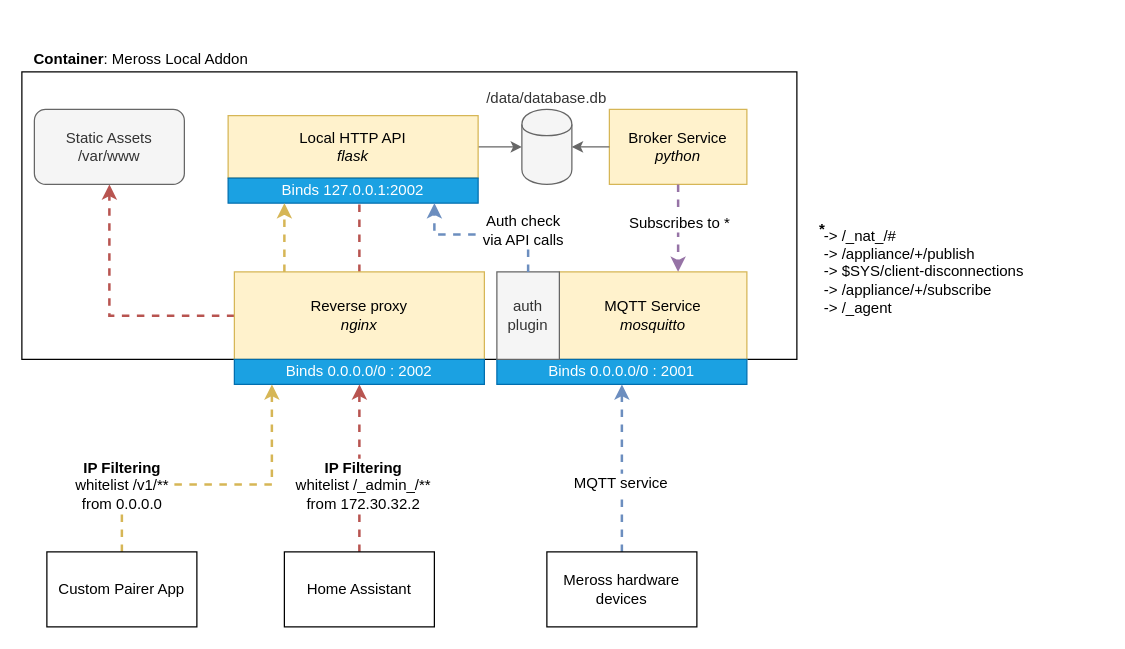
The draw.io diagram docs/arch.drawio in albertogeniola/ha-meross-local-broker, before the edit. Source tidied: cells renumbered, new cells numbered last; positions are measured from the earlier drawing's top-left corner, leaving out a move shared by most shapes. Both pictures are drawn from the tidied source at 125%, with x=0, y=0 at pixel (21, 46).
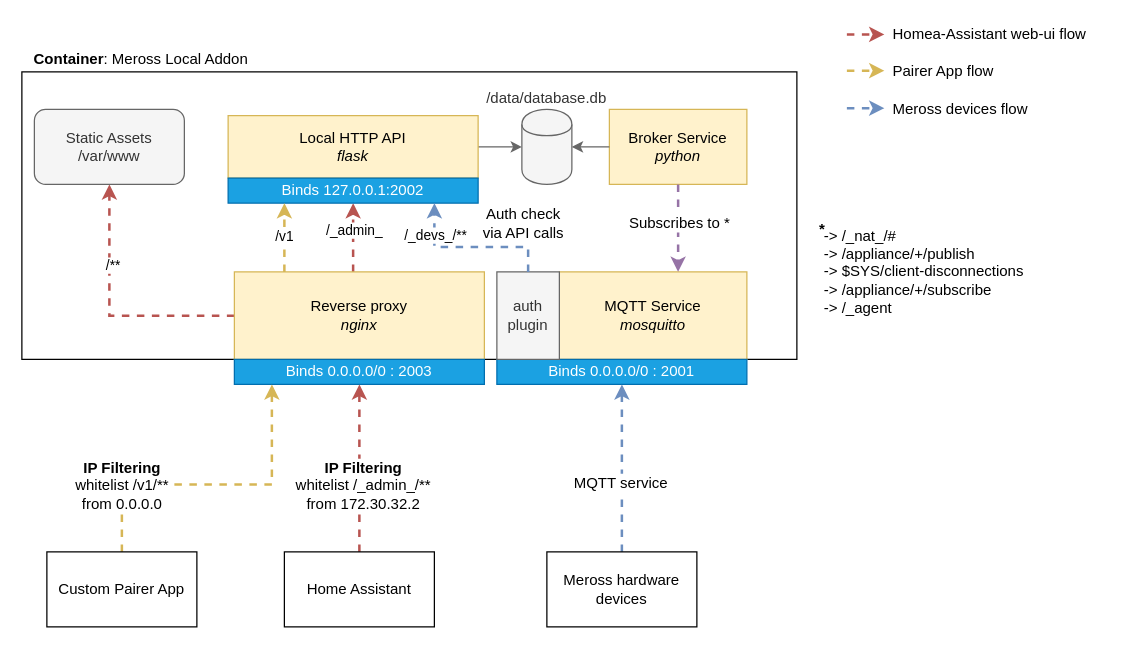
After the change.

The change refers to these unchanged cells:
```xml
<mxCell id="4" style="edgeStyle=orthogonalEdgeStyle;rounded=0;jettySize=auto;html=1;fillColor=#f8cecc;strokeColor=#b85450;dashed=1;strokeWidth=2;" parent="1" edge="1" source="6" target="16">
  <mxGeometry relative="1" as="geometry" />
</mxCell>
<mxCell id="6" value="Reverse proxy&lt;br&gt;&lt;i&gt;nginx&lt;/i&gt;" style="rounded=0;whiteSpace=wrap;html=1;fillColor=#fff2cc;strokeColor=#d6b656;" parent="1" vertex="1">
  <mxGeometry x="170" y="180" width="200" height="70" as="geometry" />
</mxCell>
<mxCell id="13" value="Binds 127.0.0.1:2002" style="rounded=0;whiteSpace=wrap;html=1;fillColor=#1ba1e2;strokeColor=#006EAF;fontColor=#ffffff;" parent="1" vertex="1">
  <mxGeometry x="165" y="105" width="200" height="20" as="geometry" />
</mxCell>
<mxCell id="14" value="auth&lt;br&gt;plugin" style="rounded=0;whiteSpace=wrap;html=1;fillColor=#f5f5f5;strokeColor=#666666;fontColor=#333333;" parent="1" vertex="1">
  <mxGeometry x="380" y="180" width="50" height="70" as="geometry" />
</mxCell>
```

Diff of the diagram source:
```diff
@@
+    <mxCell id="34" value="/**" style="edgeLabel;html=1;align=center;verticalAlign=middle;" parent="4" vertex="1">
+      <mxGeometry x="0.38" y="-2" relative="1" as="geometry" />
+    </mxCell>
     <mxCell id="5" style="edgeStyle=orthogonalEdgeStyle;rounded=0;jettySize=auto;html=1;entryX=0.5;entryY=1;entryDx=0;entryDy=0;fillColor=#f8cecc;strokeColor=#b85450;dashed=1;strokeWidth=2;" parent="1" edge="1" source="6" target="13">
       <mxGeometry relative="1" as="geometry">
         <Array as="points">
-          <mxPoint x="270" y="80" />
+          <mxPoint x="265" y="160" />
+          <mxPoint x="265" y="160" />
         </Array>
       </mxGeometry>
     </mxCell>
+    <mxCell id="35" value="/_admin_" style="edgeLabel;html=1;align=center;verticalAlign=middle;" parent="5" vertex="1">
+      <mxGeometry x="-0.65" y="-4" relative="1" as="geometry">
+        <mxPoint x="-4" y="-24" as="offset" />
+      </mxGeometry>
+    </mxCell>
@@
-    <mxCell id="11" value="Binds 0.0.0.0/0 : 2002" style="rounded=0;whiteSpace=wrap;html=1;fillColor=#1ba1e2;strokeColor=#006EAF;fontColor=#ffffff;" parent="1" vertex="1">
+    <mxCell id="11" value="Binds 0.0.0.0/0 : 2003" style="rounded=0;whiteSpace=wrap;html=1;fillColor=#1ba1e2;strokeColor=#006EAF;fontColor=#ffffff;" parent="1" vertex="1">
       <mxGeometry x="170" y="250" width="200" height="20" as="geometry" />
     </mxCell>
@@
     <mxCell id="26" style="edgeStyle=orthogonalEdgeStyle;rounded=0;jettySize=auto;html=1;fillColor=#dae8fc;strokeColor=#6c8ebf;dashed=1;strokeWidth=2;" parent="1" edge="1" source="14" target="13">
       <mxGeometry relative="1" as="geometry">
         <Array as="points">
-          <mxPoint x="405" y="150" />
-          <mxPoint x="330" y="150" />
+          <mxPoint x="405" y="160" />
+          <mxPoint x="330" y="160" />
         </Array>
       </mxGeometry>
     </mxCell>
     <mxCell id="27" value="Auth check&lt;br&gt;via API calls" style="text;html=1;align=center;verticalAlign=middle;labelBackgroundColor=#ffffff;" parent="26" vertex="1">
       <mxGeometry x="-0.18" y="-3" relative="1" as="geometry">
-        <mxPoint x="18" y="-1" as="offset" />
+        <mxPoint x="28" y="-17" as="offset" />
       </mxGeometry>
     </mxCell>
+    <mxCell id="36" value="/_devs_/**" style="edgeLabel;html=1;align=center;verticalAlign=middle;" parent="26" vertex="1">
+      <mxGeometry x="0.42" y="-2" relative="1" as="geometry">
+        <mxPoint x="-3" y="-8" as="offset" />
+      </mxGeometry>
+    </mxCell>
-    <mxCell id="28" style="edgeStyle=orthogonalEdgeStyle;rounded=0;jettySize=auto;html=1;fillColor=#fff2cc;strokeColor=#d6b656;strokeWidth=2;dashed=1;" parent="1" edge="1" source="6" target="13">
+    <mxCell id="28" value="/v1" style="edgeStyle=orthogonalEdgeStyle;rounded=0;jettySize=auto;html=1;fillColor=#fff2cc;strokeColor=#d6b656;strokeWidth=2;dashed=1;" parent="1" edge="1" source="6" target="13">
       <mxGeometry relative="1" as="geometry">
         <Array as="points">
           <mxPoint x="210" y="160" />
           <mxPoint x="210" y="160" />
         </Array>
       </mxGeometry>
     </mxCell>
@@
+    <mxCell id="37" style="edgeStyle=orthogonalEdgeStyle;rounded=0;orthogonalLoop=1;jettySize=auto;html=1;fillColor=#f8cecc;strokeColor=#b85450;dashed=1;strokeWidth=2;" parent="1" edge="1">
+      <mxGeometry relative="1" as="geometry">
+        <mxPoint x="660" y="-10" as="sourcePoint" />
+        <mxPoint x="690" y="-10" as="targetPoint" />
+      </mxGeometry>
+    </mxCell>
+    <mxCell id="38" style="edgeStyle=orthogonalEdgeStyle;rounded=0;orthogonalLoop=1;jettySize=auto;html=1;fillColor=#fff2cc;strokeColor=#d6b656;strokeWidth=2;dashed=1;" parent="1" edge="1">
+      <mxGeometry relative="1" as="geometry">
+        <mxPoint x="660" y="19" as="sourcePoint" />
+        <mxPoint x="690" y="19" as="targetPoint" />
+        <Array as="points">
+          <mxPoint x="680" y="19" />
+          <mxPoint x="680" y="19" />
+        </Array>
+      </mxGeometry>
+    </mxCell>
+    <mxCell id="39" style="edgeStyle=orthogonalEdgeStyle;rounded=0;orthogonalLoop=1;jettySize=auto;html=1;fillColor=#dae8fc;strokeColor=#6c8ebf;strokeWidth=2;dashed=1;" parent="1" edge="1">
+      <mxGeometry relative="1" as="geometry">
+        <mxPoint x="660" y="49" as="sourcePoint" />
+        <mxPoint x="690" y="49" as="targetPoint" />
+        <Array as="points">
+          <mxPoint x="680" y="49" />
+          <mxPoint x="680" y="49" />
+        </Array>
+      </mxGeometry>
+    </mxCell>
+    <mxCell id="40" value="Homea-Assistant web-ui flow" style="text;html=1;align=left;verticalAlign=middle;strokeColor=none;fillColor=none;" parent="1" vertex="1">
+      <mxGeometry x="695" y="-20" width="170" height="20" as="geometry" />
+    </mxCell>
+    <mxCell id="41" value="Pairer App flow" style="text;html=1;align=left;verticalAlign=middle;strokeColor=none;fillColor=none;" parent="1" vertex="1">
+      <mxGeometry x="695" y="10" width="100" height="20" as="geometry" />
+    </mxCell>
+    <mxCell id="42" value="Meross devices flow" style="text;html=1;align=left;verticalAlign=middle;strokeColor=none;fillColor=none;" parent="1" vertex="1">
+      <mxGeometry x="695" y="40" width="120" height="20" as="geometry" />
+    </mxCell>
```
